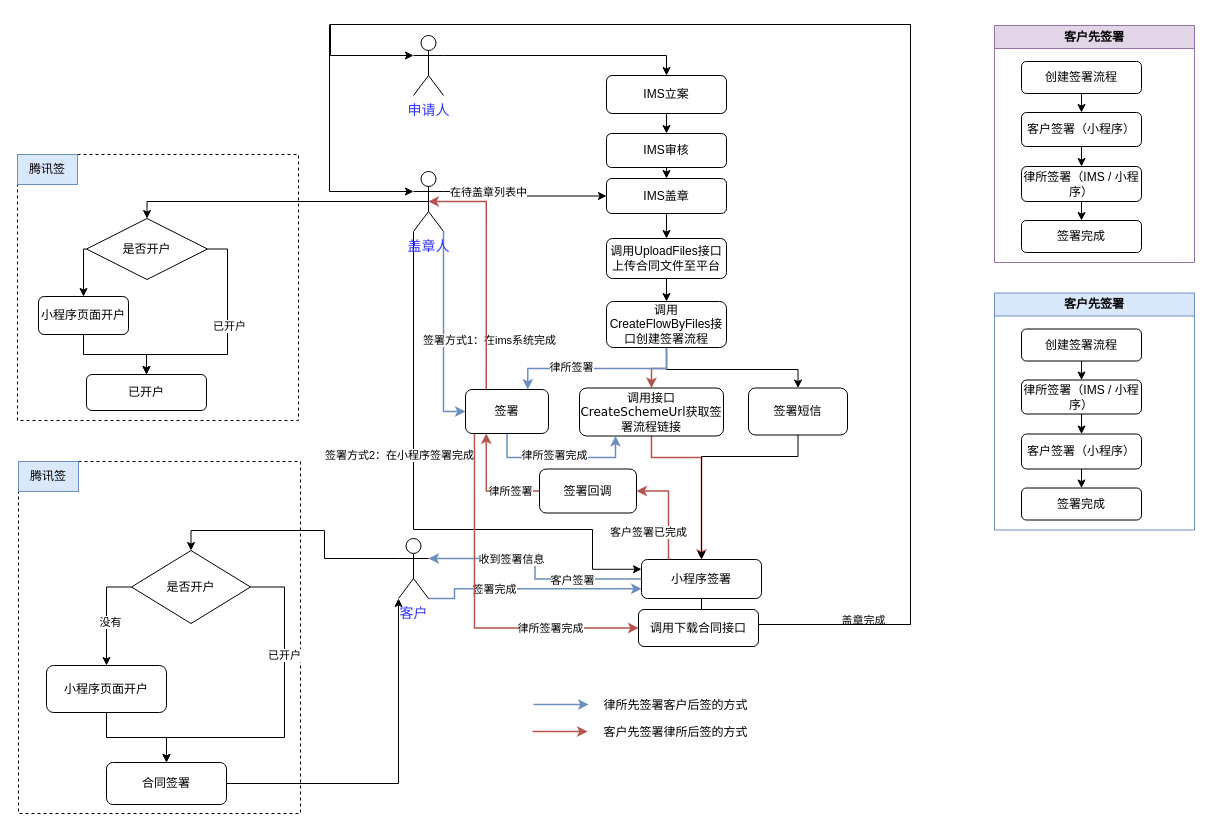
The draw.io diagram page "腾讯签" (2 of 2) of CFCA.drawio in hy986/Repo_0110, before the edit. Source tidied: cells renumbered, new cells numbered last; positions are measured from the earlier drawing's top-left corner, leaving out a move shared by most shapes. Both pictures are drawn from the tidied source at 100%, with x=0, y=0 at pixel (17, 24).
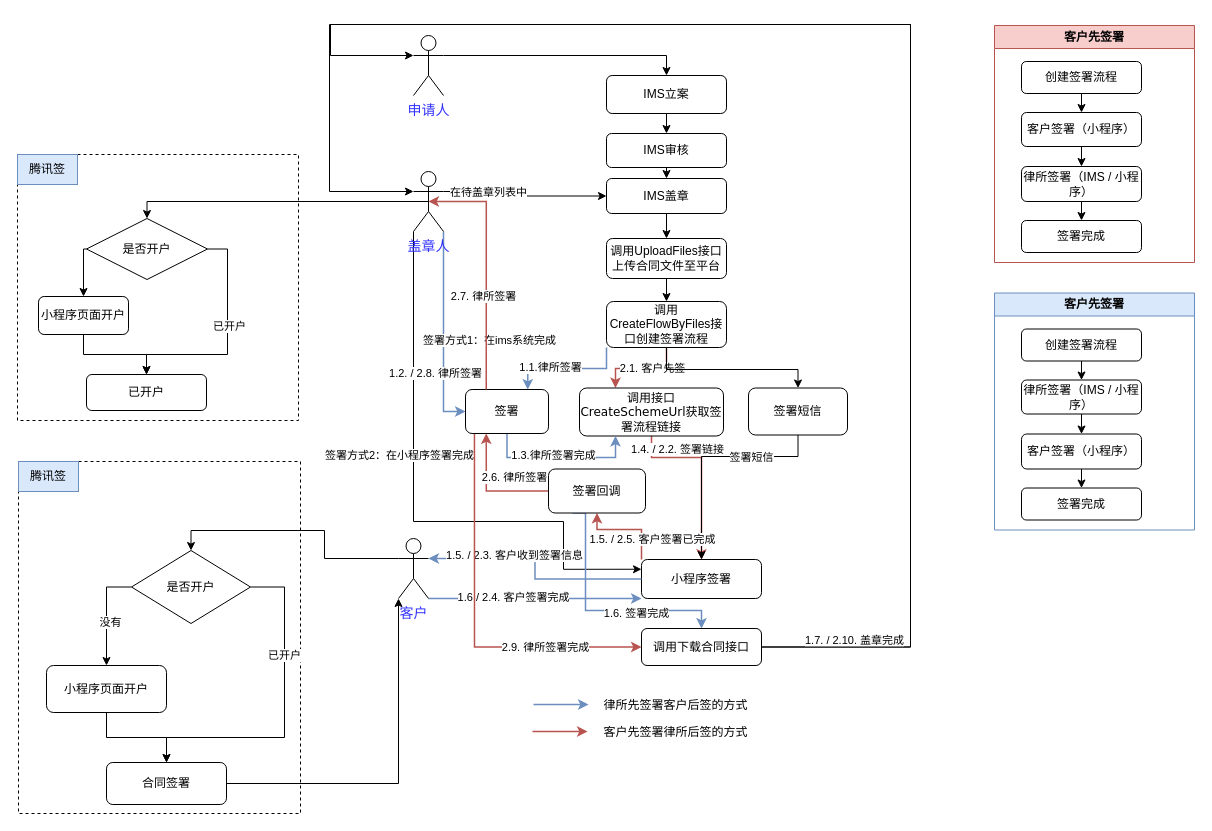
Above is the later version.

The change refers to these unchanged cells:
```xml
<mxCell id="8" value="&lt;font style=&quot;font-size: 14px; color: rgb(51, 51, 255);&quot;&gt;申请人&lt;/font&gt;" style="shape=umlActor;verticalLabelPosition=bottom;verticalAlign=top;html=1;outlineConnect=0;" parent="1" vertex="1">
  <mxGeometry x="396" y="11" width="30" height="60" as="geometry" />
</mxCell>
<mxCell id="13" style="edgeStyle=orthogonalEdgeStyle;rounded=0;jettySize=auto;html=1;exitX=1;exitY=1;exitDx=0;exitDy=0;exitPerimeter=0;entryX=0;entryY=0.5;entryDx=0;entryDy=0;fillColor=#dae8fc;strokeColor=#6c8ebf;strokeWidth=1.5;" parent="1" edge="1" source="16" target="59">
  <mxGeometry relative="1" as="geometry" />
</mxCell>
<mxCell id="16" value="&lt;font style=&quot;color: rgb(51, 51, 255); font-size: 14px;&quot;&gt;盖章人&lt;/font&gt;" style="shape=umlActor;verticalLabelPosition=bottom;verticalAlign=top;html=1;outlineConnect=0;" parent="1" vertex="1">
  <mxGeometry x="396" y="147" width="30" height="60" as="geometry" />
</mxCell>
<mxCell id="20" value="&lt;font style=&quot;font-size: 14px; color: rgb(51, 51, 255);&quot;&gt;客户&lt;/font&gt;" style="shape=umlActor;verticalLabelPosition=bottom;verticalAlign=top;html=1;outlineConnect=0;" parent="1" vertex="1">
  <mxGeometry x="381" y="514" width="30" height="60" as="geometry" />
</mxCell>
<mxCell id="31" value="调用&lt;font style=&quot;&quot; face=&quot;Helvetica&quot;&gt;CreateFlowByFiles&lt;/font&gt;接口创建签署流程" style="rounded=1;whiteSpace=wrap;html=1;" parent="1" vertex="1">
  <mxGeometry x="589" y="277" width="120" height="46" as="geometry" />
</mxCell>
<mxCell id="32" style="edgeStyle=orthogonalEdgeStyle;rounded=0;jettySize=auto;html=1;exitX=0.5;exitY=1;exitDx=0;exitDy=0;entryX=0.5;entryY=0;entryDx=0;entryDy=0;fillColor=#f8cecc;strokeColor=#b85450;strokeWidth=1.5;" parent="1" edge="1" source="33" target="38">
  <mxGeometry relative="1" as="geometry">
    <Array as="points">
      <mxPoint x="634" y="433" />
      <mxPoint x="684" y="433" />
    </Array>
  </mxGeometry>
</mxCell>
<mxCell id="33" value="调用接口&lt;font style=&quot;&quot; face=&quot;Verdana&quot;&gt;CreateSchemeUrl&lt;/font&gt;获取签署流程链接" style="rounded=1;whiteSpace=wrap;html=1;" parent="1" vertex="1">
  <mxGeometry x="562" y="363.5" width="144" height="48" as="geometry" />
</mxCell>
<mxCell id="34" style="edgeStyle=orthogonalEdgeStyle;rounded=0;jettySize=auto;html=1;exitX=0.5;exitY=1;exitDx=0;exitDy=0;entryX=0.5;entryY=0;entryDx=0;entryDy=0;" parent="1" edge="1" source="35" target="38">
  <mxGeometry relative="1" as="geometry">
    <Array as="points">
      <mxPoint x="781" y="432" />
      <mxPoint x="684" y="432" />
    </Array>
  </mxGeometry>
</mxCell>
<mxCell id="38" value="小程序签署" style="rounded=1;whiteSpace=wrap;html=1;" parent="1" vertex="1">
  <mxGeometry x="624" y="535" width="120" height="39" as="geometry" />
</mxCell>
<mxCell id="39" style="edgeStyle=orthogonalEdgeStyle;rounded=0;jettySize=auto;html=1;exitX=0;exitY=0.5;exitDx=0;exitDy=0;entryX=1;entryY=0.3333333333333333;entryDx=0;entryDy=0;entryPerimeter=0;fillColor=#dae8fc;strokeColor=#6c8ebf;strokeWidth=1.5;" parent="1" edge="1" source="38" target="20">
  <mxGeometry relative="1" as="geometry" />
</mxCell>
<mxCell id="55" style="edgeStyle=orthogonalEdgeStyle;rounded=0;jettySize=auto;html=1;exitX=0.5;exitY=1;exitDx=0;exitDy=0;entryX=0.25;entryY=1;entryDx=0;entryDy=0;fillColor=#dae8fc;strokeColor=#6c8ebf;strokeWidth=1.5;" parent="1" edge="1" source="59" target="33">
  <mxGeometry relative="1" as="geometry">
    <Array as="points">
      <mxPoint x="490" y="433" />
      <mxPoint x="598" y="433" />
    </Array>
  </mxGeometry>
</mxCell>
<mxCell id="57" style="edgeStyle=orthogonalEdgeStyle;rounded=0;jettySize=auto;html=1;exitX=0.108;exitY=1;exitDx=0;exitDy=0;entryX=0;entryY=0.5;entryDx=0;entryDy=0;fillColor=#f8cecc;strokeColor=#b85450;strokeWidth=1.5;exitPerimeter=0;" parent="1" edge="1" source="59" target="22">
  <mxGeometry relative="1" as="geometry" />
</mxCell>
<mxCell id="59" value="签署" style="rounded=1;whiteSpace=wrap;html=1;" parent="1" vertex="1">
  <mxGeometry x="448" y="365" width="83" height="44" as="geometry" />
</mxCell>
<mxCell id="86" style="edgeStyle=orthogonalEdgeStyle;rounded=0;jettySize=auto;html=1;exitX=0.25;exitY=0;exitDx=0;exitDy=0;entryX=0.5;entryY=0.5;entryDx=0;entryDy=0;entryPerimeter=0;fillColor=#f8cecc;strokeColor=#b85450;strokeWidth=1.5;" parent="1" edge="1" source="59" target="16">
  <mxGeometry relative="1" as="geometry">
    <Array as="points">
      <mxPoint x="469" y="177" />
    </Array>
  </mxGeometry>
</mxCell>
<mxCell id="87" style="edgeStyle=orthogonalEdgeStyle;rounded=0;jettySize=auto;html=1;exitX=0;exitY=0.5;exitDx=0;exitDy=0;entryX=0.25;entryY=1;entryDx=0;entryDy=0;fillColor=#f8cecc;strokeColor=#b85450;strokeWidth=1.5;" parent="1" edge="1" source="89" target="59">
  <mxGeometry relative="1" as="geometry" />
</mxCell>
```

Diff of the diagram source:
```diff
@@
     <mxCell id="11" style="edgeStyle=orthogonalEdgeStyle;rounded=0;jettySize=auto;html=1;exitX=0;exitY=1;exitDx=0;exitDy=0;exitPerimeter=0;entryX=0;entryY=0.25;entryDx=0;entryDy=0;" parent="1" edge="1" source="16" target="38">
       <mxGeometry relative="1" as="geometry">
         <Array as="points">
-          <mxPoint x="396" y="505" />
-          <mxPoint x="575" y="505" />
-          <mxPoint x="575" y="545" />
+          <mxPoint x="396" y="497" />
+          <mxPoint x="546" y="497" />
+          <mxPoint x="546" y="545" />
         </Array>
       </mxGeometry>
     </mxCell>
@@
+    <mxCell id="93" value="1.2. / 2.8. 律所签署" style="edgeLabel;html=1;align=center;verticalAlign=middle;" parent="13" vertex="1">
+      <mxGeometry x="0.4" y="-3" relative="1" as="geometry">
+        <mxPoint x="-6" as="offset" />
+      </mxGeometry>
+    </mxCell>
@@
-    <mxCell id="18" style="edgeStyle=orthogonalEdgeStyle;rounded=0;jettySize=auto;html=1;exitX=1;exitY=1;exitDx=0;exitDy=0;exitPerimeter=0;entryX=0;entryY=0.75;entryDx=0;entryDy=0;fillColor=#dae8fc;strokeColor=#6c8ebf;strokeWidth=1.5;" parent="1" edge="1" source="20" target="38">
+    <mxCell id="18" style="edgeStyle=orthogonalEdgeStyle;rounded=0;jettySize=auto;html=1;exitX=1;exitY=1;exitDx=0;exitDy=0;exitPerimeter=0;entryX=0;entryY=1;entryDx=0;entryDy=0;fillColor=#dae8fc;strokeColor=#6c8ebf;strokeWidth=1.5;" parent="1" edge="1" source="20" target="38">
       <mxGeometry relative="1" as="geometry">
         <Array as="points">
-          <mxPoint x="437" y="574" />
-          <mxPoint x="437" y="564" />
+          <mxPoint x="526" y="574" />
+          <mxPoint x="526" y="574" />
         </Array>
       </mxGeometry>
     </mxCell>
-    <mxCell id="19" value="签署完成" style="edgeLabel;html=1;align=center;verticalAlign=middle;" parent="18" vertex="1">
-      <mxGeometry x="-0.33" relative="1" as="geometry" />
+    <mxCell id="19" value="1.6 / 2.4. 客户签署完成" style="edgeLabel;html=1;align=center;verticalAlign=middle;" parent="18" vertex="1">
+      <mxGeometry x="-0.33" relative="1" as="geometry">
+        <mxPoint x="13" y="-2" as="offset" />
+      </mxGeometry>
     </mxCell>
@@
-    <mxCell id="21" style="edgeStyle=orthogonalEdgeStyle;rounded=0;jettySize=auto;html=1;entryX=0.5;entryY=0;entryDx=0;entryDy=0;" parent="1" edge="1" source="38" target="22">
-      <mxGeometry relative="1" as="geometry" />
+    <mxCell id="21" style="edgeStyle=orthogonalEdgeStyle;rounded=0;jettySize=auto;html=1;entryX=0.5;entryY=0;entryDx=0;entryDy=0;fillColor=#dae8fc;strokeColor=#6c8ebf;strokeWidth=1.5;exitX=0.25;exitY=1;exitDx=0;exitDy=0;" parent="1" edge="1" source="89" target="22">
+      <mxGeometry relative="1" as="geometry">
+        <Array as="points">
+          <mxPoint x="568" y="489" />
+          <mxPoint x="568" y="586" />
+          <mxPoint x="684" y="586" />
+        </Array>
+      </mxGeometry>
     </mxCell>
+    <mxCell id="94" value="1.6. 签署完成" style="edgeLabel;html=1;align=center;verticalAlign=middle;" parent="21" vertex="1">
+      <mxGeometry x="0.32" y="-2" relative="1" as="geometry" />
+    </mxCell>
     <mxCell id="22" value="调用下载合同接口" style="rounded=1;whiteSpace=wrap;html=1;" parent="1" vertex="1">
-      <mxGeometry x="621" y="585" width="120" height="37" as="geometry" />
+      <mxGeometry x="624" y="604" width="120" height="37" as="geometry" />
     </mxCell>
@@
-    <mxCell id="27" style="edgeStyle=orthogonalEdgeStyle;rounded=0;jettySize=auto;html=1;exitX=0.5;exitY=1;exitDx=0;exitDy=0;entryX=0.5;entryY=0;entryDx=0;entryDy=0;strokeWidth=1.5;fillColor=#f8cecc;strokeColor=#b85450;" parent="1" edge="1" source="31" target="33">
+    <mxCell id="27" style="edgeStyle=orthogonalEdgeStyle;rounded=0;jettySize=auto;html=1;exitX=0.5;exitY=1;exitDx=0;exitDy=0;entryX=0.25;entryY=0;entryDx=0;entryDy=0;strokeWidth=1.5;fillColor=#f8cecc;strokeColor=#b85450;" parent="1" edge="1" source="31" target="33">
       <mxGeometry relative="1" as="geometry">
         <Array as="points">
           <mxPoint x="649" y="344" />
-          <mxPoint x="634" y="344" />
+          <mxPoint x="598" y="344" />
         </Array>
       </mxGeometry>
     </mxCell>
+    <mxCell id="95" value="2.1. 客户先签" style="edgeLabel;html=1;align=center;verticalAlign=middle;" parent="27" vertex="1">
+      <mxGeometry x="0.29" y="1" relative="1" as="geometry">
+        <mxPoint x="23" y="-2" as="offset" />
+      </mxGeometry>
+    </mxCell>
@@
-    <mxCell id="29" style="edgeStyle=orthogonalEdgeStyle;rounded=0;jettySize=auto;html=1;exitX=0.5;exitY=1;exitDx=0;exitDy=0;entryX=0.75;entryY=0;entryDx=0;entryDy=0;fillColor=#dae8fc;strokeColor=#6c8ebf;strokeWidth=1.5;" parent="1" edge="1" source="31" target="59">
+    <mxCell id="29" style="edgeStyle=orthogonalEdgeStyle;rounded=0;jettySize=auto;html=1;exitX=0;exitY=1;exitDx=0;exitDy=0;entryX=0.75;entryY=0;entryDx=0;entryDy=0;fillColor=#dae8fc;strokeColor=#6c8ebf;strokeWidth=1.5;" parent="1" edge="1" source="31" target="59">
       <mxGeometry relative="1" as="geometry" />
     </mxCell>
-    <mxCell id="30" value="律所签署" style="edgeLabel;html=1;align=center;verticalAlign=middle;" parent="29" vertex="1">
+    <mxCell id="30" value="1.1.律所签署" style="edgeLabel;html=1;align=center;verticalAlign=middle;" parent="29" vertex="1">
       <mxGeometry x="0.3" y="-2" relative="1" as="geometry" />
     </mxCell>
@@
+    <mxCell id="96" value="1.4. / 2.2. 签署链接" style="edgeLabel;html=1;align=center;verticalAlign=middle;" parent="32" vertex="1">
+      <mxGeometry x="-0.59" y="-1" relative="1" as="geometry">
+        <mxPoint x="11" y="-10" as="offset" />
+      </mxGeometry>
+    </mxCell>
@@
+    <mxCell id="97" value="签署短信" style="edgeLabel;html=1;align=center;verticalAlign=middle;" parent="34" vertex="1">
+      <mxGeometry x="-0.47" y="3" relative="1" as="geometry">
+        <mxPoint x="-10" y="-3" as="offset" />
+      </mxGeometry>
+    </mxCell>
@@
-    <mxCell id="36" style="edgeStyle=orthogonalEdgeStyle;rounded=0;jettySize=auto;html=1;exitX=0.25;exitY=0;exitDx=0;exitDy=0;fillColor=#f8cecc;strokeColor=#b85450;strokeWidth=1.5;entryX=1;entryY=0.5;entryDx=0;entryDy=0;" parent="1" edge="1" source="38" target="89">
+    <mxCell id="36" style="edgeStyle=orthogonalEdgeStyle;rounded=0;jettySize=auto;html=1;exitX=0;exitY=0;exitDx=0;exitDy=0;fillColor=#f8cecc;strokeColor=#b85450;strokeWidth=1.5;entryX=0.5;entryY=1;entryDx=0;entryDy=0;" parent="1" edge="1" source="38" target="89">
       <mxGeometry relative="1" as="geometry">
         <Array as="points">
-          <mxPoint x="651" y="467" />
+          <mxPoint x="624" y="505" />
+          <mxPoint x="580" y="505" />
         </Array>
       </mxGeometry>
     </mxCell>
-    <mxCell id="37" value="客户签署已完成" style="edgeLabel;html=1;align=center;verticalAlign=middle;" parent="36" vertex="1">
+    <mxCell id="37" value="1.5. / 2.5. 客户签署已完成" style="edgeLabel;html=1;align=center;verticalAlign=middle;" parent="36" vertex="1">
       <mxGeometry x="0.16" y="-1" relative="1" as="geometry">
-        <mxPoint x="-22" y="29" as="offset" />
+        <mxPoint x="33" y="10" as="offset" />
       </mxGeometry>
     </mxCell>
@@
-    <mxCell id="40" value="收到签署信息" style="edgeLabel;html=1;align=center;verticalAlign=middle;" parent="39" vertex="1">
-      <mxGeometry x="0.29" relative="1" as="geometry" />
+    <mxCell id="40" value="1.5. / 2.3. 客户收到签署信息" style="edgeLabel;html=1;align=center;verticalAlign=middle;" parent="39" vertex="1">
+      <mxGeometry x="0.29" relative="1" as="geometry">
+        <mxPoint x="3" y="-4" as="offset" />
+      </mxGeometry>
     </mxCell>
-    <mxCell id="41" value="客户签署" style="edgeLabel;html=1;align=center;verticalAlign=middle;" parent="39" vertex="1">
-      <mxGeometry x="-0.29" relative="1" as="geometry">
-        <mxPoint x="13" y="1" as="offset" />
-      </mxGeometry>
-    </mxCell>
@@
     <mxCell id="52" style="edgeStyle=orthogonalEdgeStyle;rounded=0;jettySize=auto;html=1;exitX=1;exitY=0.5;exitDx=0;exitDy=0;entryX=0;entryY=0.3333333333333333;entryDx=0;entryDy=0;entryPerimeter=0;" parent="1" edge="1" source="22" target="8">
       <mxGeometry relative="1" as="geometry">
         <Array as="points">
-          <mxPoint x="893" y="600" />
+          <mxPoint x="893" y="623" />
           <mxPoint x="893" />
           <mxPoint x="313" />
           <mxPoint x="313" y="31" />
         </Array>
       </mxGeometry>
     </mxCell>
-    <mxCell id="53" value="盖章完成" style="edgeLabel;html=1;align=center;verticalAlign=middle;" parent="52" vertex="1">
+    <mxCell id="53" value="1.7. / 2.10. 盖章完成" style="edgeLabel;html=1;align=center;verticalAlign=middle;" parent="52" vertex="1">
       <mxGeometry x="-0.25" y="1" relative="1" as="geometry">
-        <mxPoint x="-47" y="384" as="offset" />
+        <mxPoint x="-56" y="394" as="offset" />
       </mxGeometry>
     </mxCell>
     <mxCell id="54" style="edgeStyle=orthogonalEdgeStyle;rounded=0;jettySize=auto;html=1;exitX=1;exitY=0.5;exitDx=0;exitDy=0;entryX=0;entryY=0.3333333333333333;entryDx=0;entryDy=0;entryPerimeter=0;" parent="1" edge="1" source="22" target="16">
       <mxGeometry relative="1" as="geometry">
         <Array as="points">
-          <mxPoint x="893" y="600" />
+          <mxPoint x="893" y="623" />
           <mxPoint x="893" />
           <mxPoint x="312" />
           <mxPoint x="312" y="167" />
         </Array>
       </mxGeometry>
     </mxCell>
@@
-    <mxCell id="56" value="律所签署完成" style="edgeLabel;html=1;align=center;verticalAlign=middle;" parent="55" vertex="1">
+    <mxCell id="56" value="1.3.律所签署完成" style="edgeLabel;html=1;align=center;verticalAlign=middle;" parent="55" vertex="1">
       <mxGeometry x="-0.44" y="4" relative="1" as="geometry">
-        <mxPoint x="28" y="1" as="offset" />
+        <mxPoint x="27" y="1" as="offset" />
       </mxGeometry>
     </mxCell>
@@
-    <mxCell id="58" value="律所签署完成" style="edgeLabel;html=1;align=center;verticalAlign=middle;" parent="57" vertex="1">
+    <mxCell id="58" value="2.9. 律所签署完成" style="edgeLabel;html=1;align=center;verticalAlign=middle;" parent="57" vertex="1">
       <mxGeometry x="0.24" y="4" relative="1" as="geometry">
         <mxPoint x="48" y="4" as="offset" />
       </mxGeometry>
     </mxCell>
@@
-    <mxCell id="67" value="客户先签署" style="swimlane;whiteSpace=wrap;html=1;fillColor=#e1d5e7;strokeColor=#9673a6;" parent="1" vertex="1">
+    <mxCell id="67" value="客户先签署" style="swimlane;whiteSpace=wrap;html=1;fillColor=#f8cecc;strokeColor=#b85450;" parent="1" vertex="1">
       <mxGeometry x="977" y="1" width="200" height="237" as="geometry" />
     </mxCell>
@@
+    <mxCell id="98" value="2.7. 律所签署" style="edgeLabel;html=1;align=center;verticalAlign=middle;" parent="86" vertex="1">
+      <mxGeometry x="-0.24" y="3" relative="1" as="geometry" />
+    </mxCell>
@@
-    <mxCell id="88" value="律所签署" style="edgeLabel;html=1;align=center;verticalAlign=middle;" parent="87" vertex="1">
+    <mxCell id="88" value="2.6. 律所签署" style="edgeLabel;html=1;align=center;verticalAlign=middle;" parent="87" vertex="1">
       <mxGeometry x="-0.24" y="-1" relative="1" as="geometry">
-        <mxPoint x="12" y="1" as="offset" />
+        <mxPoint x="10" y="-13" as="offset" />
       </mxGeometry>
     </mxCell>
     <mxCell id="89" value="签署回调" style="rounded=1;whiteSpace=wrap;html=1;" parent="1" vertex="1">
-      <mxGeometry x="522" y="444.5" width="97" height="44" as="geometry" />
+      <mxGeometry x="531" y="444.5" width="97" height="44" as="geometry" />
     </mxCell>
```
